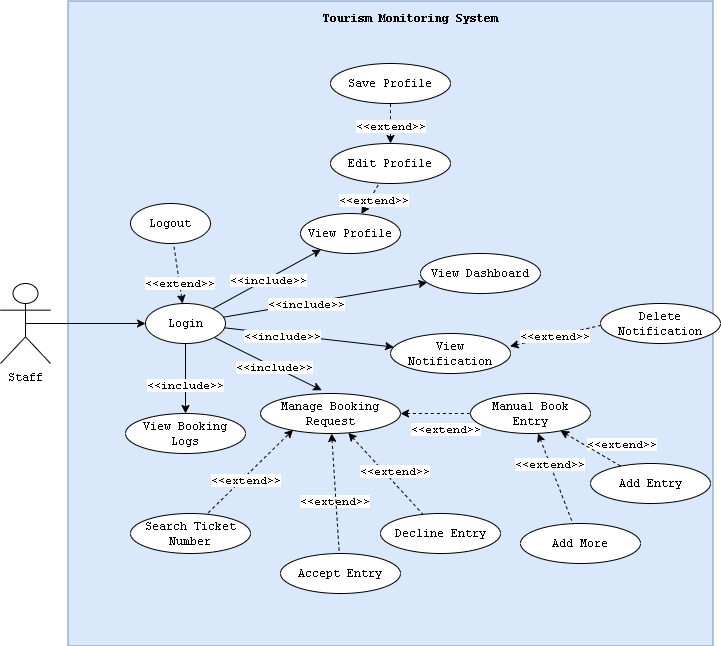
LittleEins/Thesis-Collab keeps this draw.io diagram as Deliverables/appendix/usecasediagram2.png. Above is the earlier version. Source tidied: cells renumbered, new cells last; positions are measured from the earlier drawing's top-left corner, leaving out a move shared by most shapes.
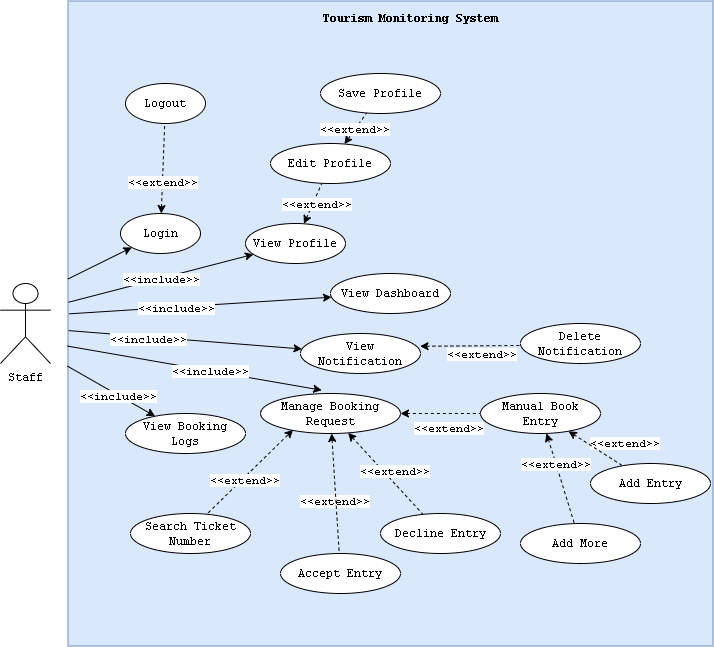
The same file after the commit.

The edit, as a diff of the source:
```diff
@@ -11,10 +11,10 @@
     <mxCell id="4" value="Staff" style="shape=umlActor;verticalLabelPosition=bottom;verticalAlign=top;html=1;outlineConnect=0;fontFamily=Courier New;" parent="1" vertex="1">
       <mxGeometry y="282" width="50" height="80" as="geometry" />
     </mxCell>
-    <mxCell id="5" style="edgeStyle=none;rounded=0;jettySize=auto;html=1;fontFamily=Courier New;exitX=0.5;exitY=0.5;exitDx=0;exitDy=0;exitPerimeter=0;" parent="1" edge="1" source="4" target="21">
+    <mxCell id="5" style="edgeStyle=none;rounded=0;jettySize=auto;html=1;fontFamily=Courier New;exitX=0;exitY=0.431;exitDx=0;exitDy=0;exitPerimeter=0;" parent="1" edge="1" source="2" target="21">
       <mxGeometry relative="1" as="geometry" />
     </mxCell>
-    <mxCell id="6" style="edgeStyle=none;rounded=0;jettySize=auto;html=1;fontFamily=Courier New;" parent="1" edge="1" source="21" target="22">
+    <mxCell id="6" style="edgeStyle=none;rounded=0;jettySize=auto;html=1;fontFamily=Courier New;exitX=0.002;exitY=0.485;exitDx=0;exitDy=0;exitPerimeter=0;" parent="1" edge="1" source="2" target="22">
       <mxGeometry relative="1" as="geometry" />
     </mxCell>
     <mxCell id="7" value="&amp;lt;&amp;lt;include&amp;gt;&amp;gt;" style="edgeLabel;html=1;align=center;verticalAlign=middle;fontFamily=Courier New;" parent="6" vertex="1">
@@ -33,19 +33,19 @@
         <mxPoint x="192" y="31" as="offset" />
       </mxGeometry>
     </mxCell>
-    <mxCell id="11" style="edgeStyle=none;rounded=0;jettySize=auto;html=1;fontFamily=Courier New;" parent="1" edge="1" source="21" target="30">
+    <mxCell id="11" style="edgeStyle=none;rounded=0;jettySize=auto;html=1;fontFamily=Courier New;exitX=0.001;exitY=0.467;exitDx=0;exitDy=0;exitPerimeter=0;" parent="1" edge="1" source="2" target="30">
       <mxGeometry relative="1" as="geometry" />
     </mxCell>
     <mxCell id="12" value="&amp;lt;&amp;lt;include&amp;gt;&amp;gt;" style="edgeLabel;html=1;align=center;verticalAlign=middle;fontFamily=Courier New;" parent="11" vertex="1">
       <mxGeometry y="-1" relative="1" as="geometry" />
     </mxCell>
-    <mxCell id="13" style="edgeStyle=none;rounded=0;jettySize=auto;html=1;fontFamily=Courier New;entryX=0.437;entryY=-0.082;entryDx=0;entryDy=0;entryPerimeter=0;" parent="1" edge="1" source="21" target="38">
+    <mxCell id="13" style="edgeStyle=none;rounded=0;jettySize=auto;html=1;fontFamily=Courier New;entryX=0.437;entryY=-0.082;entryDx=0;entryDy=0;entryPerimeter=0;exitX=-0.001;exitY=0.535;exitDx=0;exitDy=0;exitPerimeter=0;" parent="1" edge="1" source="2" target="38">
       <mxGeometry relative="1" as="geometry" />
     </mxCell>
     <mxCell id="14" value="&amp;lt;&amp;lt;include&amp;gt;&amp;gt;" style="edgeLabel;html=1;align=center;verticalAlign=middle;fontFamily=Courier New;" parent="13" vertex="1">
       <mxGeometry x="0.12" relative="1" as="geometry" />
     </mxCell>
-    <mxCell id="15" style="edgeStyle=none;rounded=0;jettySize=auto;html=1;fontFamily=Courier New;" parent="1" edge="1" source="21" target="39">
+    <mxCell id="15" style="edgeStyle=none;rounded=0;jettySize=auto;html=1;fontFamily=Courier New;exitX=-0.001;exitY=0.566;exitDx=0;exitDy=0;exitPerimeter=0;" parent="1" edge="1" source="2" target="39">
       <mxGeometry relative="1" as="geometry" />
     </mxCell>
     <mxCell id="16" value="&amp;lt;&amp;lt;include&amp;gt;&amp;gt;" style="edgeLabel;html=1;align=center;verticalAlign=middle;fontFamily=Courier New;" parent="15" vertex="1">
@@ -57,17 +57,17 @@
     <mxCell id="18" value="&amp;lt;&amp;lt;extend&amp;gt;&amp;gt;" style="edgeLabel;html=1;align=center;verticalAlign=middle;fontFamily=Courier New;" parent="17" vertex="1">
       <mxGeometry x="-0.3" relative="1" as="geometry" />
     </mxCell>
-    <mxCell id="19" style="edgeStyle=none;rounded=0;jettySize=auto;html=1;fontFamily=Courier New;" parent="1" edge="1" source="21" target="43">
+    <mxCell id="19" style="edgeStyle=none;rounded=0;jettySize=auto;html=1;fontFamily=Courier New;exitX=0.001;exitY=0.511;exitDx=0;exitDy=0;exitPerimeter=0;" parent="1" edge="1" source="2" target="43">
       <mxGeometry relative="1" as="geometry" />
     </mxCell>
     <mxCell id="20" value="&amp;lt;&amp;lt;include&amp;gt;&amp;gt;" style="edgeLabel;html=1;align=center;verticalAlign=middle;fontFamily=Courier New;" parent="19" vertex="1">
       <mxGeometry x="-0.32" y="-2" relative="1" as="geometry" />
     </mxCell>
     <mxCell id="21" value="Login" style="ellipse;whiteSpace=wrap;html=1;fontFamily=Courier New;verticalAlign=middle;" parent="1" vertex="1">
-      <mxGeometry x="145" y="302" width="80" height="40" as="geometry" />
+      <mxGeometry x="120" y="212" width="80" height="40" as="geometry" />
     </mxCell>
     <mxCell id="22" value="View Dashboard" style="ellipse;whiteSpace=wrap;html=1;fontFamily=Courier New;verticalAlign=middle;" parent="1" vertex="1">
-      <mxGeometry x="420" y="252" width="120" height="40" as="geometry" />
+      <mxGeometry x="330" y="272" width="120" height="40" as="geometry" />
     </mxCell>
     <mxCell id="23" style="edgeStyle=none;rounded=0;jettySize=auto;html=1;fontFamily=Courier New;dashed=1;startArrow=classic;startFill=1;endArrow=none;endFill=0;" parent="1" edge="1" source="26" target="27">
       <mxGeometry relative="1" as="geometry" />
@@ -79,7 +79,7 @@
       <mxGeometry relative="1" as="geometry" />
     </mxCell>
     <mxCell id="26" value="Manual Book Entry" style="ellipse;whiteSpace=wrap;html=1;fontFamily=Courier New;verticalAlign=middle;" parent="1" vertex="1">
-      <mxGeometry x="470" y="392" width="120" height="40" as="geometry" />
+      <mxGeometry x="480" y="392" width="120" height="40" as="geometry" />
     </mxCell>
     <mxCell id="27" value="Add More" style="ellipse;whiteSpace=wrap;html=1;fontFamily=Courier New;verticalAlign=middle;" parent="1" vertex="1">
       <mxGeometry x="520" y="522" width="120" height="40" as="geometry" />
@@ -91,7 +91,7 @@
       <mxGeometry x="0.01" y="-3" relative="1" as="geometry" />
     </mxCell>
     <mxCell id="30" value="View Profile" style="ellipse;whiteSpace=wrap;html=1;fontFamily=Courier New;verticalAlign=middle;" parent="1" vertex="1">
-      <mxGeometry x="300" y="212" width="100" height="40" as="geometry" />
+      <mxGeometry x="245" y="222" width="100" height="40" as="geometry" />
     </mxCell>
     <mxCell id="31" style="edgeStyle=none;rounded=0;jettySize=auto;html=1;fontFamily=Courier New;dashed=1;startArrow=classic;startFill=1;endArrow=none;endFill=0;" parent="1" edge="1" source="33" target="34">
       <mxGeometry relative="1" as="geometry" />
@@ -100,10 +100,10 @@
       <mxGeometry x="-0.08" y="1" relative="1" as="geometry" />
     </mxCell>
     <mxCell id="33" value="Edit Profile" style="ellipse;whiteSpace=wrap;html=1;fontFamily=Courier New;" parent="1" vertex="1">
-      <mxGeometry x="330" y="142" width="120" height="40" as="geometry" />
+      <mxGeometry x="270" y="142" width="120" height="40" as="geometry" />
     </mxCell>
     <mxCell id="34" value="Save Profile" style="ellipse;whiteSpace=wrap;html=1;fontFamily=Courier New;" parent="1" vertex="1">
-      <mxGeometry x="330" y="62" width="120" height="40" as="geometry" />
+      <mxGeometry x="320" y="72" width="120" height="40" as="geometry" />
     </mxCell>
     <mxCell id="35" style="edgeStyle=none;rounded=0;jettySize=auto;html=1;dashed=1;endArrow=none;endFill=0;startArrow=classic;startFill=1;fontFamily=Courier New;" parent="1" edge="1" source="38" target="45">
       <mxGeometry relative="1" as="geometry" />
@@ -125,21 +125,21 @@
       <mxGeometry x="125" y="412" width="120" height="40" as="geometry" />
     </mxCell>
     <mxCell id="40" value="Logout" style="ellipse;whiteSpace=wrap;html=1;fontFamily=Courier New;" parent="1" vertex="1">
-      <mxGeometry x="130" y="202" width="80" height="40" as="geometry" />
+      <mxGeometry x="125" y="82" width="80" height="40" as="geometry" />
     </mxCell>
     <mxCell id="41" style="edgeStyle=none;rounded=0;jettySize=auto;html=1;exitX=0.996;exitY=0.319;exitDx=0;exitDy=0;entryX=-0.002;entryY=0.55;entryDx=0;entryDy=0;entryPerimeter=0;dashed=1;startArrow=classic;startFill=1;endArrow=none;endFill=0;exitPerimeter=0;fontFamily=Courier New;" parent="1" edge="1" source="43" target="44">
       <mxGeometry relative="1" as="geometry" />
     </mxCell>
     <mxCell id="42" value="&amp;lt;&amp;lt;extend&amp;gt;&amp;gt;" style="edgeLabel;html=1;align=center;verticalAlign=middle;fontFamily=Courier New;" parent="41" vertex="1">
       <mxGeometry x="0.23" y="-1" relative="1" as="geometry">
-        <mxPoint x="-12" y="2" as="offset" />
+        <mxPoint x="-1" y="7" as="offset" />
       </mxGeometry>
     </mxCell>
     <mxCell id="43" value="View Notification" style="ellipse;whiteSpace=wrap;html=1;fontFamily=Courier New;" parent="1" vertex="1">
-      <mxGeometry x="390" y="332" width="120" height="40" as="geometry" />
+      <mxGeometry x="300" y="332" width="120" height="40" as="geometry" />
     </mxCell>
     <mxCell id="44" value="Delete Notification" style="ellipse;whiteSpace=wrap;html=1;fontFamily=Courier New;" parent="1" vertex="1">
-      <mxGeometry x="600" y="302" width="120" height="40" as="geometry" />
+      <mxGeometry x="520" y="322" width="120" height="40" as="geometry" />
     </mxCell>
     <mxCell id="45" value="Decline Entry" style="ellipse;whiteSpace=wrap;html=1;fontFamily=Courier New;" parent="1" vertex="1">
       <mxGeometry x="380" y="512" width="120" height="40" as="geometry" />
```
